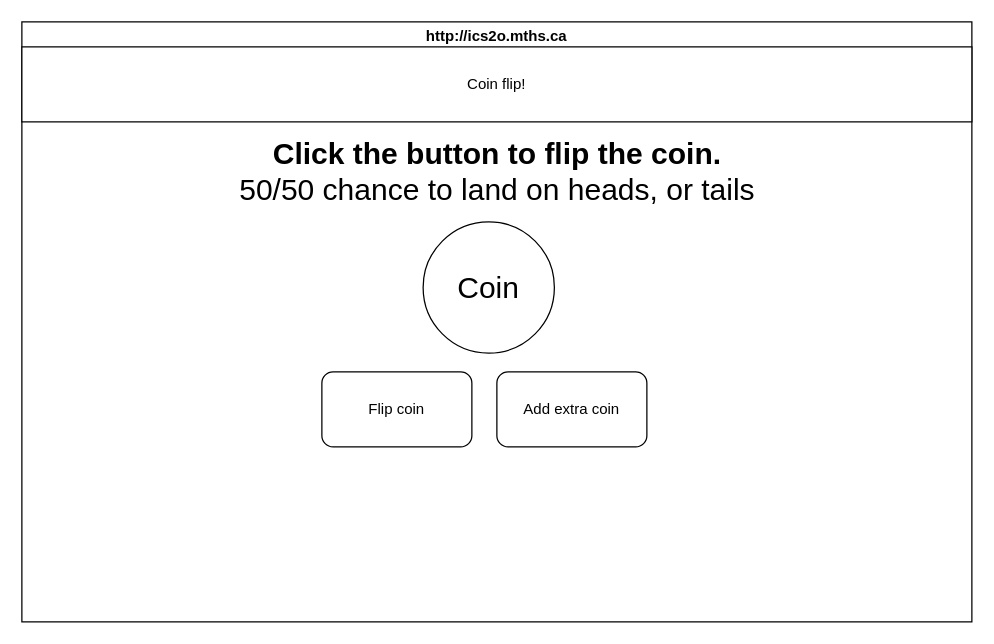
Above: design/storyboard.drawio in Fares-Abdelkader/ICS2O-Final-Project-Group15 (draw.io), before the change. Source tidied: cells renumbered, new cells numbered last; positions are measured from the earlier drawing's top-left corner, leaving out a move shared by most shapes. Both pictures are drawn from the tidied source at 125%, with x=0, y=0 at pixel (21, 21).
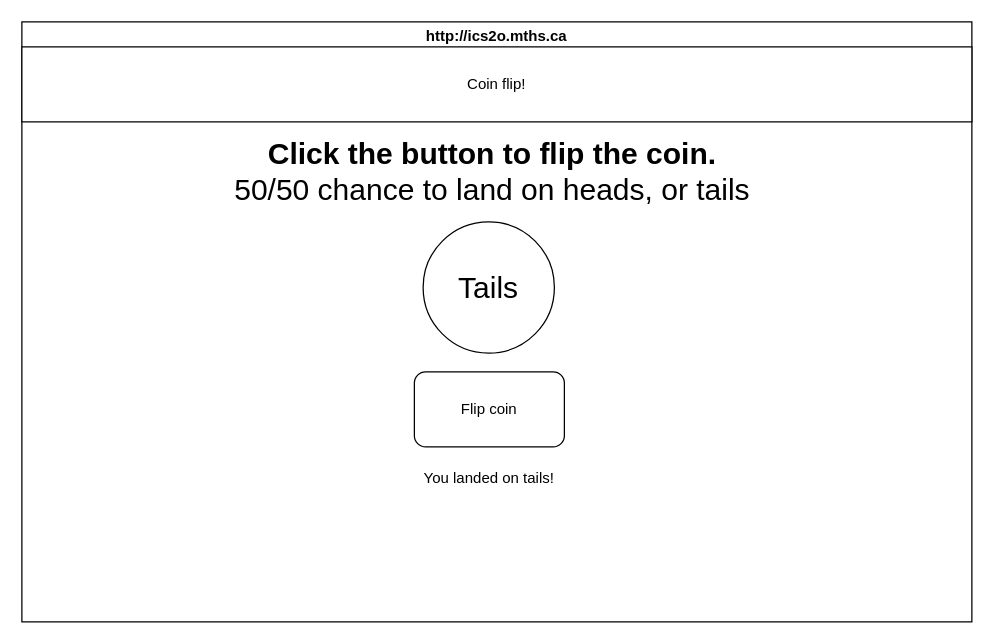
The same page after the edit.

Commit message (it also covers changes not shown here):
added storyboard changed formatting

What changed in the source:
```diff
@@
 <mxGraphModel>
   <root>
     <mxCell id="0" />
     <mxCell id="1" parent="0" />
     <mxCell id="2" value="http://ics2o.mths.ca" style="swimlane;whiteSpace=wrap;html=1;" parent="1" vertex="1">
       <mxGeometry width="760" height="480" as="geometry" />
     </mxCell>
     <mxCell id="3" value="Coin flip!" style="rounded=0;whiteSpace=wrap;html=1;" parent="2" vertex="1">
       <mxGeometry y="20" width="760" height="60" as="geometry" />
     </mxCell>
     <mxCell id="4" value="Click the button to flip the coin.&lt;br&gt;&lt;span style=&quot;font-weight: normal;&quot;&gt;50/50 chance to land on heads, or tails&lt;/span&gt;" style="text;strokeColor=none;fillColor=none;html=1;fontSize=24;fontStyle=1;verticalAlign=middle;align=center;" parent="2" vertex="1">
-      <mxGeometry x="330" y="100" width="100" height="40" as="geometry" />
+      <mxGeometry x="326" y="100" width="100" height="40" as="geometry" />
     </mxCell>
     <mxCell id="5" value="Flip coin" style="rounded=1;whiteSpace=wrap;html=1;" parent="2" vertex="1">
-      <mxGeometry x="240" y="280" width="120" height="60" as="geometry" />
+      <mxGeometry x="314" y="280" width="120" height="60" as="geometry" />
     </mxCell>
-    <mxCell id="6" value="Add extra coin" style="rounded=1;whiteSpace=wrap;html=1;" parent="2" vertex="1">
-      <mxGeometry x="380" y="280" width="120" height="60" as="geometry" />
-    </mxCell>
-    <mxCell id="7" value="&lt;font style=&quot;font-size: 24px;&quot;&gt;Coin&lt;/font&gt;" style="ellipse;whiteSpace=wrap;html=1;" parent="2" vertex="1">
+    <mxCell id="7" value="&lt;font style=&quot;font-size: 24px;&quot;&gt;Tails&lt;/font&gt;" style="ellipse;whiteSpace=wrap;html=1;" parent="2" vertex="1">
       <mxGeometry x="321" y="160" width="105" height="105" as="geometry" />
     </mxCell>
+    <mxCell id="8" value="You landed on tails!" style="text;html=1;strokeColor=none;fillColor=none;align=center;verticalAlign=middle;whiteSpace=wrap;rounded=0;" parent="2" vertex="1">
+      <mxGeometry x="311" y="350" width="126" height="30" as="geometry" />
+    </mxCell>
   </root>
 </mxGraphModel>
```
